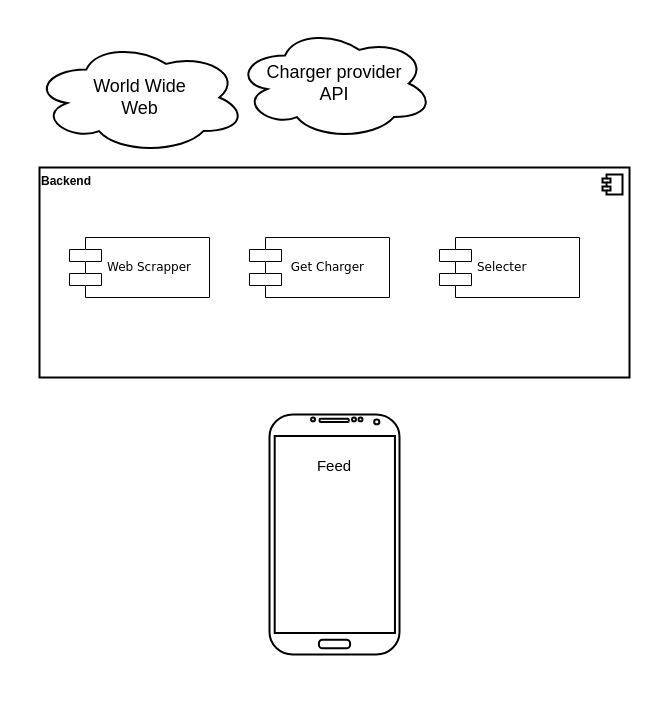
This is ChargeFeedArchitecture.drawio from anouar1073/activity-charge, a draw.io file, before an edit. Source tidied: cells renumbered, new cells numbered last; positions are measured from the earlier drawing's top-left corner, leaving out a move shared by most shapes. Both pictures are drawn from the tidied source at 100%, with x=0, y=0 at pixel (33, 27).
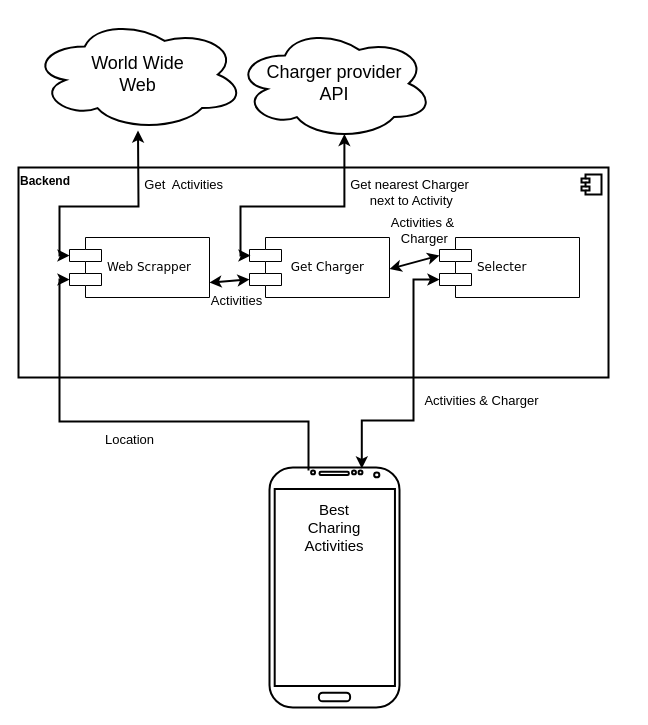
After the change.

The change refers to these unchanged cells:
```xml
<mxCell id="5" value="Web Scrapper" style="shape=component;align=left;spacingLeft=36;shadow=0;comic=0;labelBackgroundColor=none;strokeWidth=1;fontFamily=Verdana;fontSize=12;html=1;rounded=0;" parent="1" vertex="1">
  <mxGeometry x="36" y="210" width="140" height="60" as="geometry" />
</mxCell>
<mxCell id="6" value="&amp;nbsp;Get Charger" style="shape=component;align=left;spacingLeft=36;shadow=0;comic=0;labelBackgroundColor=none;strokeWidth=1;fontFamily=Verdana;fontSize=12;html=1;rounded=0;" parent="1" vertex="1">
  <mxGeometry x="216" y="210" width="140" height="60" as="geometry" />
</mxCell>
<mxCell id="9" value="&lt;span style=&quot;font-size: 18px&quot;&gt;Charger provider&lt;/span&gt;&lt;br style=&quot;font-size: 18px&quot;&gt;&lt;span style=&quot;font-size: 18px&quot;&gt;API&lt;/span&gt;" style="ellipse;shape=cloud;whiteSpace=wrap;html=1;align=center;fontColor=default;strokeWidth=2;" parent="1" vertex="1">
  <mxGeometry x="202" width="198" height="112" as="geometry" />
</mxCell>
```

The edit, as a diff of the source:
```diff
@@
     <mxCell id="2" value="&lt;b&gt;Backend&lt;br&gt;&lt;/b&gt;" style="html=1;fontColor=default;strokeWidth=2;horizontal=1;verticalAlign=top;align=left;" parent="1" vertex="1">
-      <mxGeometry x="6" y="140" width="590" height="210" as="geometry" />
+      <mxGeometry x="-15" y="140" width="590" height="210" as="geometry" />
     </mxCell>
@@
     <mxCell id="4" style="verticalLabelPosition=bottom;verticalAlign=top;html=1;shadow=0;dashed=0;strokeWidth=2;shape=mxgraph.android.phone2;strokeColor=#000000;" parent="1" vertex="1">
-      <mxGeometry x="236" y="387" width="130" height="240" as="geometry" />
+      <mxGeometry x="236" y="440" width="130" height="240" as="geometry" />
     </mxCell>
@@
-    <mxCell id="7" value="Selecter" style="shape=component;align=left;spacingLeft=36;shadow=0;comic=0;labelBackgroundColor=none;strokeWidth=1;fontFamily=Verdana;fontSize=12;html=1;rounded=0;" parent="1" vertex="1">
+    <mxCell id="7" value="Selecter&amp;nbsp;" style="shape=component;align=left;spacingLeft=36;shadow=0;comic=0;labelBackgroundColor=none;strokeWidth=1;fontFamily=Verdana;fontSize=12;html=1;rounded=0;" parent="1" vertex="1">
       <mxGeometry x="406" y="210" width="140" height="60" as="geometry" />
     </mxCell>
-    <mxCell id="8" value="&lt;font style=&quot;font-size: 15px;&quot;&gt;Feed&lt;/font&gt;" style="text;html=1;strokeColor=none;fillColor=none;align=center;verticalAlign=middle;whiteSpace=wrap;rounded=0;strokeWidth=2;" parent="1" vertex="1">
-      <mxGeometry x="271" y="423" width="60" height="30" as="geometry" />
+    <mxCell id="8" value="&lt;font style=&quot;font-size: 15px;&quot;&gt;&lt;br&gt;Best Charing Activities&lt;/font&gt;" style="text;html=1;strokeColor=none;fillColor=none;align=center;verticalAlign=middle;whiteSpace=wrap;rounded=0;strokeWidth=2;" parent="1" vertex="1">
+      <mxGeometry x="271" y="476" width="60" height="30" as="geometry" />
     </mxCell>
@@
     <mxCell id="10" value="&lt;span style=&quot;font-size: 18px;&quot;&gt;World Wide &lt;br&gt;Web&lt;/span&gt;" style="ellipse;shape=cloud;whiteSpace=wrap;html=1;align=center;fontColor=default;strokeWidth=2;" parent="1" vertex="1">
-      <mxGeometry x="-0.5" y="14" width="213" height="112" as="geometry" />
+      <mxGeometry x="-2" y="-9" width="213" height="112" as="geometry" />
     </mxCell>
+    <mxCell id="11" style="endArrow=classic;html=1;rounded=0;exitX=0.3;exitY=0.013;exitDx=0;exitDy=0;exitPerimeter=0;entryX=0;entryY=0.7;entryDx=0;entryDy=0;edgeStyle=orthogonalEdgeStyle;strokeWidth=2;" parent="1" edge="1" source="4" target="5">
+      <mxGeometry relative="1" as="geometry">
+        <Array as="points">
+          <mxPoint x="275" y="394" />
+          <mxPoint x="26" y="394" />
+          <mxPoint x="26" y="252" />
+        </Array>
+      </mxGeometry>
+    </mxCell>
+    <mxCell id="12" value="&lt;font style=&quot;font-size: 13px;&quot;&gt;Location&lt;/font&gt;" style="edgeLabel;html=1;align=center;verticalAlign=middle;" parent="11" vertex="1">
+      <mxGeometry x="-0.47" relative="1" as="geometry">
+        <mxPoint x="-110" y="17" as="offset" />
+      </mxGeometry>
+    </mxCell>
+    <mxCell id="13" style="endArrow=classic;html=1;rounded=0;exitX=0;exitY=0.3;exitDx=0;exitDy=0;strokeWidth=2;edgeStyle=orthogonalEdgeStyle;startArrow=classic;startFill=1;" parent="1" edge="1" source="5" target="10">
+      <mxGeometry relative="1" as="geometry">
+        <Array as="points">
+          <mxPoint x="26" y="228" />
+          <mxPoint x="26" y="179" />
+          <mxPoint x="105" y="179" />
+        </Array>
+      </mxGeometry>
+    </mxCell>
+    <mxCell id="14" value="&lt;font style=&quot;font-size: 13px;&quot;&gt;Get&amp;nbsp; Activities&amp;nbsp;&lt;/font&gt;" style="edgeLabel;html=1;align=center;verticalAlign=middle;" parent="13" vertex="1">
+      <mxGeometry x="-0.47" relative="1" as="geometry">
+        <mxPoint x="125" y="-25" as="offset" />
+      </mxGeometry>
+    </mxCell>
+    <mxCell id="15" style="endArrow=classic;html=1;rounded=0;exitX=0;exitY=0.3;exitDx=0;exitDy=0;strokeWidth=2;edgeStyle=orthogonalEdgeStyle;startArrow=classic;startFill=1;entryX=0.55;entryY=0.95;entryDx=0;entryDy=0;entryPerimeter=0;" parent="1" edge="1" target="9">
+      <mxGeometry relative="1" as="geometry">
+        <mxPoint x="217" y="228" as="sourcePoint" />
+        <Array as="points">
+          <mxPoint x="207" y="228" />
+          <mxPoint x="207" y="179" />
+          <mxPoint x="311" y="179" />
+        </Array>
+      </mxGeometry>
+    </mxCell>
+    <mxCell id="16" value="&lt;span style=&quot;font-size: 13px;&quot;&gt;Get nearest Charger&lt;/span&gt;&lt;br&gt;&lt;span style=&quot;font-size: 13px;&quot;&gt;&amp;nbsp;next to Activity&lt;/span&gt;&lt;br&gt;" style="edgeLabel;html=1;align=center;verticalAlign=middle;" parent="15" vertex="1">
+      <mxGeometry x="-0.47" relative="1" as="geometry">
+        <mxPoint x="165" y="-15" as="offset" />
+      </mxGeometry>
+    </mxCell>
+    <mxCell id="17" style="endArrow=classic;html=1;rounded=0;exitX=1;exitY=0.75;exitDx=0;exitDy=0;strokeWidth=2;startArrow=classic;startFill=1;entryX=0;entryY=0.7;entryDx=0;entryDy=0;" parent="1" edge="1" source="5" target="6">
+      <mxGeometry relative="1" as="geometry" />
+    </mxCell>
+    <mxCell id="18" value="&lt;span style=&quot;font-size: 13px;&quot;&gt;Activities&lt;/span&gt;" style="edgeLabel;html=1;align=center;verticalAlign=middle;" parent="17" vertex="1">
+      <mxGeometry x="-0.47" relative="1" as="geometry">
+        <mxPoint x="16" y="18" as="offset" />
+      </mxGeometry>
+    </mxCell>
+    <mxCell id="19" style="endArrow=classic;html=1;rounded=0;exitX=1;exitY=0.75;exitDx=0;exitDy=0;strokeWidth=2;startArrow=classic;startFill=1;entryX=0;entryY=0.3;entryDx=0;entryDy=0;" parent="1" edge="1" target="7">
+      <mxGeometry relative="1" as="geometry">
+        <mxPoint x="356" y="241.5" as="sourcePoint" />
+      </mxGeometry>
+    </mxCell>
+    <mxCell id="20" value="&lt;span style=&quot;font-size: 13px;&quot;&gt;Activities &amp;amp;&lt;br&gt;&amp;nbsp;Charger&lt;/span&gt;" style="edgeLabel;html=1;align=center;verticalAlign=middle;" parent="19" vertex="1">
+      <mxGeometry x="-0.47" relative="1" as="geometry">
+        <mxPoint x="19" y="-35" as="offset" />
+      </mxGeometry>
+    </mxCell>
+    <mxCell id="21" style="endArrow=classic;html=1;rounded=0;exitX=0.71;exitY=0.004;exitDx=0;exitDy=0;strokeWidth=2;startArrow=classic;startFill=1;entryX=0;entryY=0.7;entryDx=0;entryDy=0;exitPerimeter=0;edgeStyle=orthogonalEdgeStyle;" parent="1" edge="1" source="4" target="7">
+      <mxGeometry relative="1" as="geometry">
+        <Array as="points">
+          <mxPoint x="328" y="393" />
+          <mxPoint x="380" y="393" />
+          <mxPoint x="380" y="252" />
+        </Array>
+      </mxGeometry>
+    </mxCell>
+    <mxCell id="22" value="&lt;span style=&quot;font-size: 13px;&quot;&gt;Activities &amp;amp; Charger&lt;/span&gt;" style="edgeLabel;html=1;align=center;verticalAlign=middle;" parent="21" vertex="1">
+      <mxGeometry x="-0.47" relative="1" as="geometry">
+        <mxPoint x="96" y="-21" as="offset" />
+      </mxGeometry>
+    </mxCell>
```
